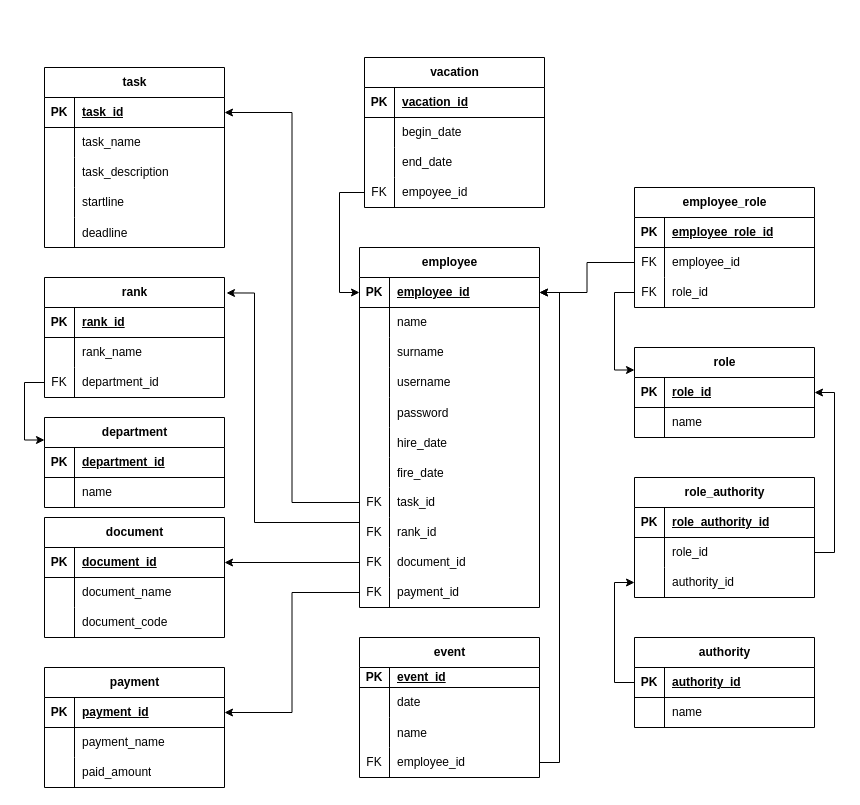
Before: er.drawio in NeDonil/EmployeeSystemBackend, a draw.io diagram. Source tidied: cells renumbered, new cells numbered last; positions are measured from the earlier drawing's top-left corner, leaving out a move shared by most shapes. Both pictures are drawn from the tidied source at 100%, with x=0, y=0 at pixel (44, 57).
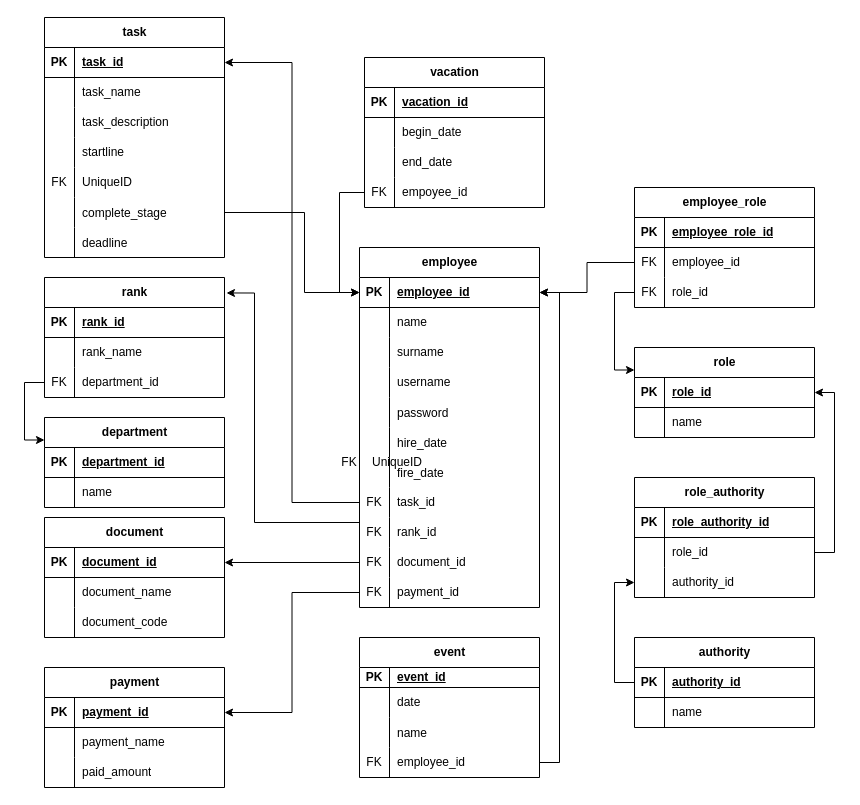
The same page after the edit.

Unchanged cells that the change refers to:
```xml
<mxCell id="3" style="shape=tableRow;horizontal=0;startSize=0;swimlaneHead=0;swimlaneBody=0;fillColor=none;points=[[0,0.5],[1,0.5]];portConstraint=eastwest;top=0;left=0;right=0;bottom=1;" parent="2" vertex="1">
  <mxGeometry y="30" width="180" height="30" as="geometry" />
</mxCell>
```

Diff of the diagram source:
```diff
@@
     <mxCell id="66" value="task" style="shape=table;startSize=30;childLayout=tableLayout;rowLines=0;fontStyle=1;align=center;html=1;" parent="1" vertex="1">
-      <mxGeometry y="10" width="180" height="180" as="geometry" />
+      <mxGeometry y="-40" width="180" height="240" as="geometry" />
     </mxCell>
@@
+    <mxCell id="160" style="shape=tableRow;horizontal=0;startSize=0;swimlaneHead=0;swimlaneBody=0;fillColor=none;top=0;left=0;right=0;bottom=0;" parent="66" vertex="1">
+      <mxGeometry y="150" width="180" height="30" as="geometry" />
+    </mxCell>
+    <mxCell id="161" value="FK" style="shape=partialRectangle;fillColor=none;top=0;left=0;bottom=0;right=0;fontStyle=0;overflow=hidden;whiteSpace=wrap;html=1;" parent="160" vertex="1">
+      <mxGeometry width="30" height="30" as="geometry" />
+    </mxCell>
+    <mxCell id="162" value="UniqueID" style="shape=partialRectangle;fillColor=none;top=0;left=0;bottom=0;right=0;align=left;spacingLeft=6;fontStyle=0;overflow=hidden;whiteSpace=wrap;html=1;" parent="160" vertex="1">
+      <mxGeometry x="30" width="150" height="30" as="geometry" />
+    </mxCell>
+    <mxCell id="163" style="shape=tableRow;horizontal=0;startSize=0;swimlaneHead=0;swimlaneBody=0;fillColor=none;points=[[0,0.5],[1,0.5]];portConstraint=eastwest;top=0;left=0;right=0;bottom=0;" parent="66" vertex="1">
+      <mxGeometry y="180" width="180" height="30" as="geometry" />
+    </mxCell>
+    <mxCell id="164" style="shape=partialRectangle;fillColor=none;top=0;left=0;bottom=0;right=0;overflow=hidden;" parent="163" vertex="1">
+      <mxGeometry width="30" height="30" as="geometry" />
+    </mxCell>
+    <mxCell id="165" value="complete_stage" style="shape=partialRectangle;fillColor=none;top=0;left=0;bottom=0;right=0;align=left;spacingLeft=6;overflow=hidden;" parent="163" vertex="1">
+      <mxGeometry x="30" width="150" height="30" as="geometry" />
+    </mxCell>
     <mxCell id="79" style="shape=tableRow;horizontal=0;startSize=0;swimlaneHead=0;swimlaneBody=0;fillColor=none;top=0;left=0;right=0;bottom=0;" parent="66" vertex="1">
-      <mxGeometry y="150" width="180" height="30" as="geometry" />
+      <mxGeometry y="210" width="180" height="30" as="geometry" />
     </mxCell>
@@
+    <mxCell id="166" style="shape=table;startSize=0;childLayout=tableLayout;rowLines=0;fontStyle=0;align=center;strokeColor=none;fillColor=none;" parent="1" vertex="1">
+      <mxGeometry x="290" y="390" width="180" height="30" as="geometry" />
+    </mxCell>
+    <mxCell id="167" style="shape=tableRow;horizontal=0;startSize=0;swimlaneHead=0;swimlaneBody=0;fillColor=none;top=0;left=0;right=0;bottom=0;" parent="166" vertex="1">
+      <mxGeometry width="180" height="30" as="geometry" />
+    </mxCell>
+    <mxCell id="168" value="FK" style="shape=partialRectangle;fillColor=none;top=0;left=0;bottom=0;right=0;fontStyle=0;overflow=hidden;whiteSpace=wrap;html=1;" parent="167" vertex="1">
+      <mxGeometry width="30" height="30" as="geometry" />
+    </mxCell>
+    <mxCell id="169" value="UniqueID" style="shape=partialRectangle;fillColor=none;top=0;left=0;bottom=0;right=0;align=left;spacingLeft=6;fontStyle=0;overflow=hidden;whiteSpace=wrap;html=1;" parent="167" vertex="1">
+      <mxGeometry x="30" width="150" height="30" as="geometry" />
+    </mxCell>
+    <mxCell id="170" style="edgeStyle=orthogonalEdgeStyle;rounded=0;jettySize=auto;html=1;exitX=1;exitY=0.5;exitDx=0;exitDy=0;entryX=0;entryY=0.5;entryDx=0;entryDy=0;" parent="1" edge="1" source="163" target="3">
+      <mxGeometry relative="1" as="geometry">
+        <Array as="points">
+          <mxPoint x="260" y="155" />
+          <mxPoint x="260" y="235" />
+        </Array>
+      </mxGeometry>
+    </mxCell>
```
